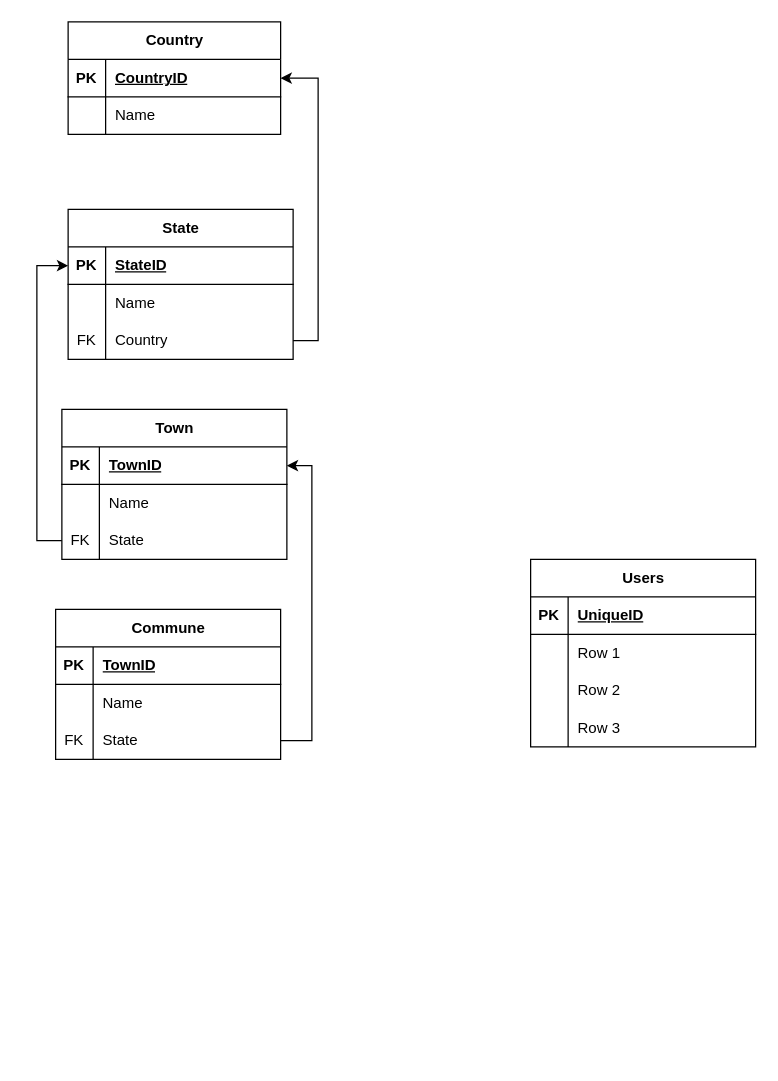
The draw.io diagram Tekango.drawio in internalTekango/3.0.tekango.template, before the edit. Source tidied: cells renumbered, new cells numbered last; positions are measured from the earlier drawing's top-left corner, leaving out a move shared by most shapes. Both pictures are drawn from the tidied source at 125%, with x=0, y=0 at pixel (55, 21).
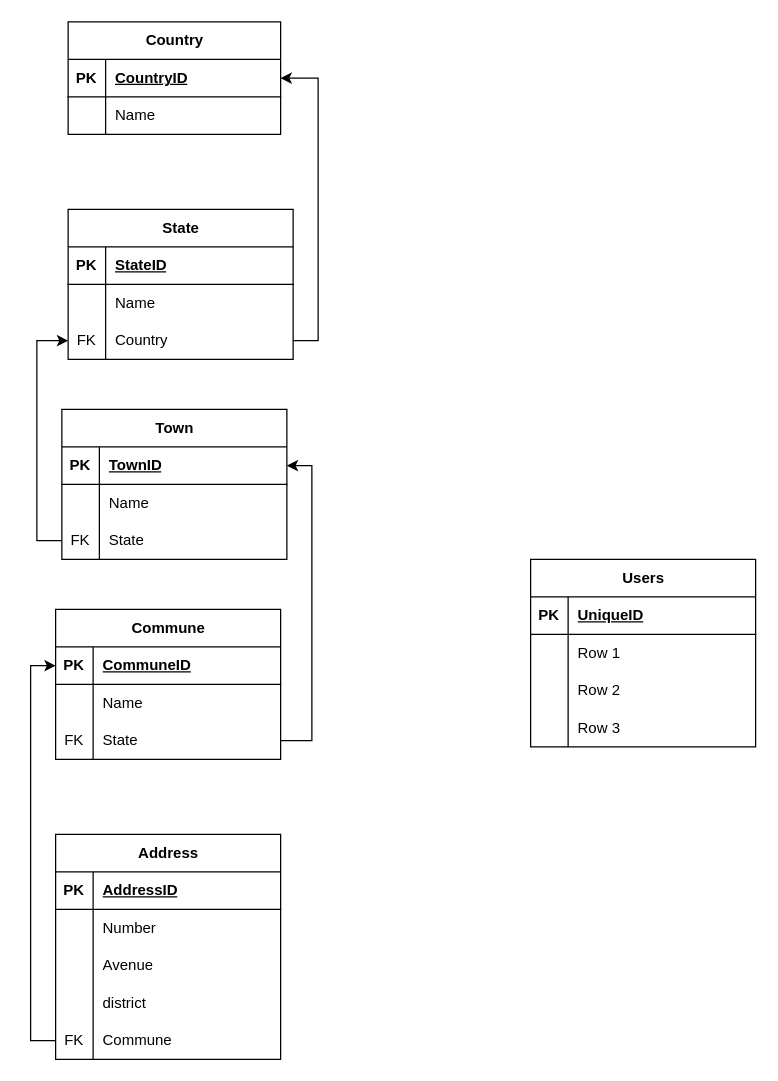
The same page after the edit.

Commit message (it also covers changes not shown here):
Mettre à jour Tekango.drawio

The change refers to these unchanged cells:
```xml
<mxCell id="22" style="shape=tableRow;horizontal=0;startSize=0;swimlaneHead=0;swimlaneBody=0;fillColor=none;points=[[0,0.5],[1,0.5]];portConstraint=eastwest;top=0;left=0;right=0;bottom=0;" parent="15" vertex="1">
  <mxGeometry y="90" width="180" height="30" as="geometry" />
</mxCell>
<mxCell id="26" style="shape=tableRow;horizontal=0;startSize=0;swimlaneHead=0;swimlaneBody=0;fillColor=none;points=[[0,0.5],[1,0.5]];portConstraint=eastwest;top=0;left=0;right=0;bottom=1;" parent="25" vertex="1">
  <mxGeometry y="30" width="180" height="30" as="geometry" />
</mxCell>
<mxCell id="32" style="shape=tableRow;horizontal=0;startSize=0;swimlaneHead=0;swimlaneBody=0;fillColor=none;points=[[0,0.5],[1,0.5]];portConstraint=eastwest;top=0;left=0;right=0;bottom=0;" parent="25" vertex="1">
  <mxGeometry y="90" width="180" height="30" as="geometry" />
</mxCell>
<mxCell id="45" style="shape=tableRow;horizontal=0;startSize=0;swimlaneHead=0;swimlaneBody=0;fillColor=none;points=[[0,0.5],[1,0.5]];portConstraint=eastwest;top=0;left=0;right=0;bottom=1;" parent="44" vertex="1">
  <mxGeometry y="30" width="180" height="30" as="geometry" />
</mxCell>
```

The edit, as a diff of the source:
```diff
@@
-    <mxCell id="43" style="edgeStyle=orthogonalEdgeStyle;rounded=0;jettySize=auto;html=1;exitX=0;exitY=0.5;exitDx=0;exitDy=0;entryX=0;entryY=0.5;entryDx=0;entryDy=0;" parent="1" edge="1" source="22" target="26">
+    <mxCell id="43" style="edgeStyle=orthogonalEdgeStyle;rounded=0;jettySize=auto;html=1;exitX=0;exitY=0.5;exitDx=0;exitDy=0;entryX=0;entryY=0.5;entryDx=0;entryDy=0;" parent="1" edge="1" source="22" target="32">
       <mxGeometry relative="1" as="geometry" />
     </mxCell>
@@
-    <mxCell id="47" value="TownID" style="shape=partialRectangle;fillColor=none;top=0;left=0;bottom=0;right=0;align=left;spacingLeft=6;fontStyle=5;overflow=hidden;whiteSpace=wrap;html=1;" parent="45" vertex="1">
+    <mxCell id="47" value="CommuneID" style="shape=partialRectangle;fillColor=none;top=0;left=0;bottom=0;right=0;align=left;spacingLeft=6;fontStyle=5;overflow=hidden;whiteSpace=wrap;html=1;" parent="45" vertex="1">
       <mxGeometry x="30" width="150" height="30" as="geometry" />
     </mxCell>
@@
+    <mxCell id="55" value="Address" style="shape=table;startSize=30;childLayout=tableLayout;rowLines=0;fontStyle=1;align=center;html=1;" parent="1" vertex="1">
+      <mxGeometry y="650" width="180" height="180" as="geometry" />
+    </mxCell>
+    <mxCell id="56" style="shape=tableRow;horizontal=0;startSize=0;swimlaneHead=0;swimlaneBody=0;fillColor=none;top=0;left=0;right=0;bottom=1;" parent="55" vertex="1">
+      <mxGeometry y="30" width="180" height="30" as="geometry" />
+    </mxCell>
+    <mxCell id="57" value="PK" style="shape=partialRectangle;fillColor=none;top=0;left=0;bottom=0;right=0;fontStyle=1;overflow=hidden;whiteSpace=wrap;html=1;" parent="56" vertex="1">
+      <mxGeometry width="30" height="30" as="geometry" />
+    </mxCell>
+    <mxCell id="58" value="AddressID" style="shape=partialRectangle;fillColor=none;top=0;left=0;bottom=0;right=0;align=left;spacingLeft=6;fontStyle=5;overflow=hidden;whiteSpace=wrap;html=1;" parent="56" vertex="1">
+      <mxGeometry x="30" width="150" height="30" as="geometry" />
+    </mxCell>
+    <mxCell id="59" style="shape=tableRow;horizontal=0;startSize=0;swimlaneHead=0;swimlaneBody=0;fillColor=none;top=0;left=0;right=0;bottom=0;" parent="55" vertex="1">
+      <mxGeometry y="60" width="180" height="30" as="geometry" />
+    </mxCell>
+    <mxCell id="60" style="shape=partialRectangle;fillColor=none;top=0;left=0;bottom=0;right=0;overflow=hidden;whiteSpace=wrap;html=1;" parent="59" vertex="1">
+      <mxGeometry width="30" height="30" as="geometry" />
+    </mxCell>
+    <mxCell id="61" value="Number" style="shape=partialRectangle;fillColor=none;top=0;left=0;bottom=0;right=0;align=left;spacingLeft=6;overflow=hidden;whiteSpace=wrap;html=1;" parent="59" vertex="1">
+      <mxGeometry x="30" width="150" height="30" as="geometry" />
+    </mxCell>
+    <mxCell id="62" style="shape=tableRow;horizontal=0;startSize=0;swimlaneHead=0;swimlaneBody=0;fillColor=none;top=0;left=0;right=0;bottom=0;" parent="55" vertex="1">
+      <mxGeometry y="90" width="180" height="30" as="geometry" />
+    </mxCell>
+    <mxCell id="63" style="shape=partialRectangle;fillColor=none;top=0;left=0;bottom=0;right=0;overflow=hidden;whiteSpace=wrap;html=1;" parent="62" vertex="1">
+      <mxGeometry width="30" height="30" as="geometry" />
+    </mxCell>
+    <mxCell id="64" value="Avenue" style="shape=partialRectangle;fillColor=none;top=0;left=0;bottom=0;right=0;align=left;spacingLeft=6;overflow=hidden;whiteSpace=wrap;html=1;" parent="62" vertex="1">
+      <mxGeometry x="30" width="150" height="30" as="geometry" />
+    </mxCell>
+    <mxCell id="65" style="shape=tableRow;horizontal=0;startSize=0;swimlaneHead=0;swimlaneBody=0;fillColor=none;top=0;left=0;right=0;bottom=0;" parent="55" vertex="1">
+      <mxGeometry y="120" width="180" height="30" as="geometry" />
+    </mxCell>
+    <mxCell id="66" style="shape=partialRectangle;fillColor=none;top=0;left=0;bottom=0;right=0;overflow=hidden;whiteSpace=wrap;html=1;" parent="65" vertex="1">
+      <mxGeometry width="30" height="30" as="geometry" />
+    </mxCell>
+    <mxCell id="67" value="district" style="shape=partialRectangle;fillColor=none;top=0;left=0;bottom=0;right=0;align=left;spacingLeft=6;overflow=hidden;whiteSpace=wrap;html=1;" parent="65" vertex="1">
+      <mxGeometry x="30" width="150" height="30" as="geometry" />
+    </mxCell>
+    <mxCell id="68" style="shape=tableRow;horizontal=0;startSize=0;swimlaneHead=0;swimlaneBody=0;fillColor=none;points=[[0,0.5],[1,0.5]];portConstraint=eastwest;top=0;left=0;right=0;bottom=0;" parent="55" vertex="1">
+      <mxGeometry y="150" width="180" height="30" as="geometry" />
+    </mxCell>
+    <mxCell id="69" value="FK" style="shape=partialRectangle;fillColor=none;top=0;left=0;bottom=0;right=0;overflow=hidden;whiteSpace=wrap;html=1;" parent="68" vertex="1">
+      <mxGeometry width="30" height="30" as="geometry" />
+    </mxCell>
+    <mxCell id="70" value="Commune" style="shape=partialRectangle;fillColor=none;top=0;left=0;bottom=0;right=0;align=left;spacingLeft=6;overflow=hidden;whiteSpace=wrap;html=1;" parent="68" vertex="1">
+      <mxGeometry x="30" width="150" height="30" as="geometry" />
+    </mxCell>
+    <mxCell id="71" style="edgeStyle=orthogonalEdgeStyle;rounded=0;jettySize=auto;html=1;exitX=0;exitY=0.5;exitDx=0;exitDy=0;entryX=0;entryY=0.5;entryDx=0;entryDy=0;" parent="1" edge="1" source="68" target="45">
+      <mxGeometry relative="1" as="geometry" />
+    </mxCell>
```
